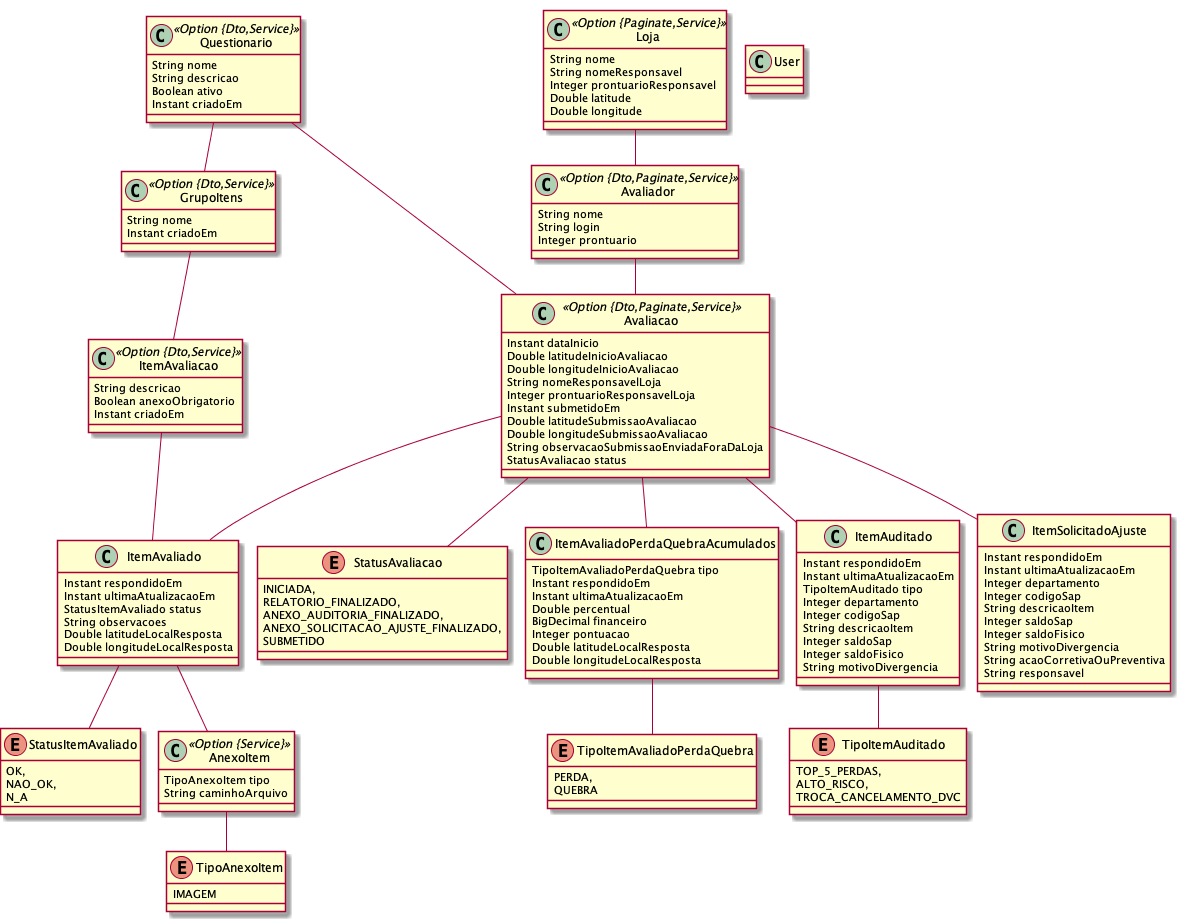
This is model.png from BulkSecurityGeneratorProject/appdevdcp, a PlantUML export, as it was before one commit.
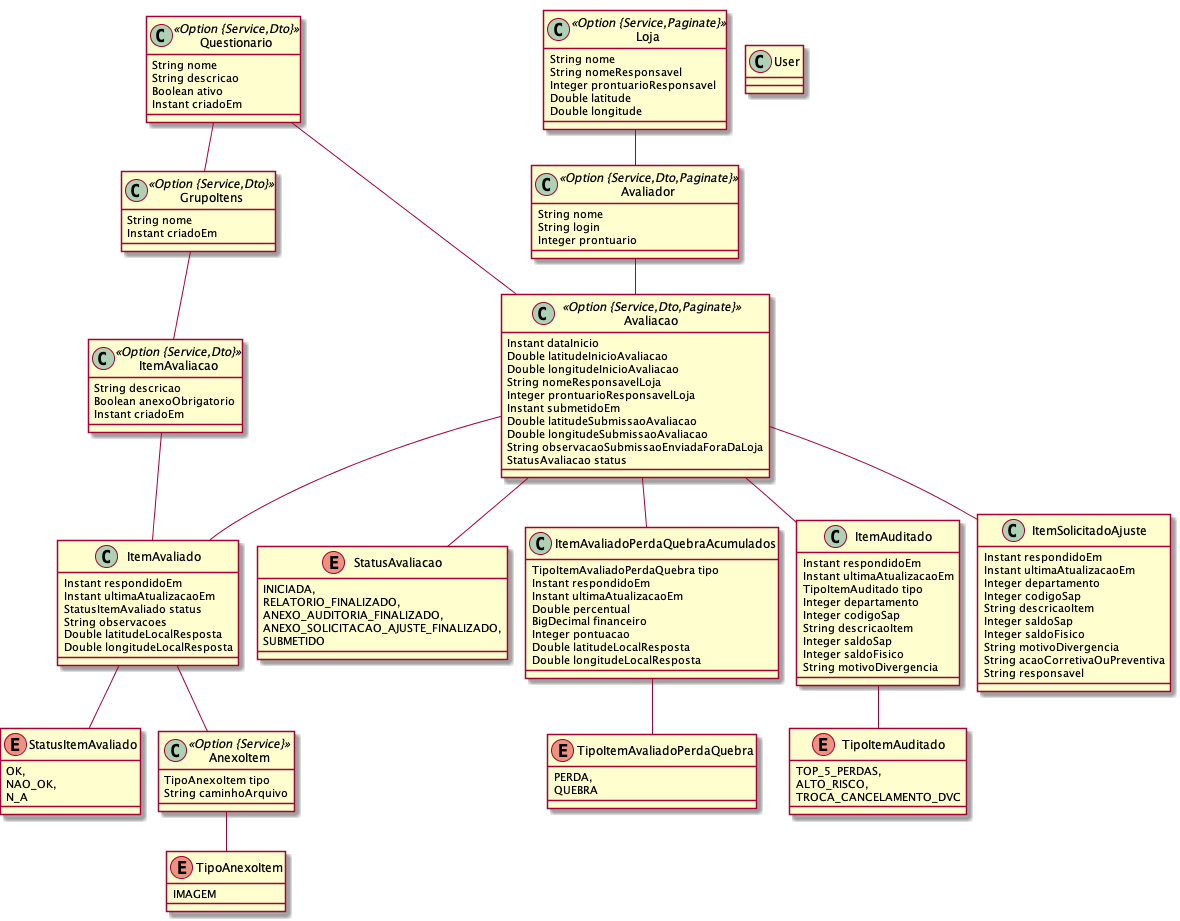
The same file after the commit.

What changed in the source:
```diff
@@ -17,25 +17,25 @@
 		PERDA,
 		QUEBRA
 	}
-	class Questionario <<Option {Dto,Service}>> {
+	class Questionario <<Option {Service,Dto}>> {
 		String nome
 		String descricao
 		Boolean ativo
 		Instant criadoEm
 	}
-	class Avaliador <<Option {Dto,Paginate,Service}>> {
+	class Avaliador <<Option {Service,Dto,Paginate}>> {
 		String nome
 		String login
 		Integer prontuario
 	}
-	class Loja <<Option {Paginate,Service}>> {
+	class Loja <<Option {Service,Paginate}>> {
 		String nome
 		String nomeResponsavel
 		Integer prontuarioResponsavel
 		Double latitude
 		Double longitude
 	}
-	class Avaliacao <<Option {Dto,Paginate,Service}>> {
+	class Avaliacao <<Option {Service,Dto,Paginate}>> {
 		Instant dataInicio
 		Double latitudeInicioAvaliacao
 		Double longitudeInicioAvaliacao
@@ -48,7 +48,7 @@
 		StatusAvaliacao status
 	}
 	Avaliacao ..> StatusAvaliacao
-	class ItemAvaliacao <<Option {Dto,Service}>> {
+	class ItemAvaliacao <<Option {Service,Dto}>> {
 		String descricao
 		Boolean anexoObrigatorio
 		Instant criadoEm
@@ -73,7 +73,7 @@
 		Double longitudeLocalResposta
 	}
 	ItemAvaliadoPerdaQuebraAcumulados ..> TipoItemAvaliadoPerdaQuebra
-	class GrupoItens <<Option {Dto,Service}>> {
+	class GrupoItens <<Option {Service,Dto}>> {
 		String nome
 		Instant criadoEm
 	}
@@ -114,14 +114,14 @@
 		String acaoCorretivaOuPreventiva
 		String responsavel
 	}
-	Questionario  "avaliacoesRealizadas 0..1 " --o "questionario(nome) 0..* "  Avaliacao
-	Avaliacao  "0..1 " --o "0..* "  ItemAvaliado
-	ItemAvaliacao  "0..1 " --o "itemAvaliacao(descricao) 0..* "  ItemAvaliado
-	ItemAvaliado  "anexos 0..1 " --o "0..* "  AnexoItem
-	Avaliador  "0..1 " --o "avaliador(nome) 0..* "  Avaliacao
-	Avaliacao  "itensPerdaEQuebraAcumulados(tipo) 0..1 " --o "0..* "  ItemAvaliadoPerdaQuebraAcumulados
-	Avaliacao  "itensAuditados(descricaoItem) 0..1 " --o "0..* "  ItemAuditado
-	Avaliacao  "itensComAjusteSolicitado(descricaoItem) 0..1 " --o "0..* "  ItemSolicitadoAjuste
+	Questionario  "avaliacoesRealizadas 0..1 " --o "questionario(nome)  1..* "  Avaliacao
+	ItemAvaliacao  "itensAvaliados 0..1 " --o "itemAvaliacao(descricao)  1..* "  ItemAvaliado
+	ItemAvaliado  "anexos 0..1 " --o "itemAvaliado  1..* "  AnexoItem
+	Avaliador  "avaliacoes 0..1 " --o "avaliador(nome)  1..* "  Avaliacao
+	Avaliacao  "itensAvaliados 0..1 " --o "avaliacao  1..* "  ItemAvaliado
+	Avaliacao  "itensPerdaEQuebraAcumulados(tipo) 0..1 " --o "avaliacao  1..* "  ItemAvaliadoPerdaQuebraAcumulados
+	Avaliacao  "itensAuditados(descricaoItem) 0..1 " --o "avaliacao  1..* "  ItemAuditado
+	Avaliacao  "itensComAjusteSolicitado(descricaoItem) 0..1 " --o "avaliacao  1..* "  ItemSolicitadoAjuste
 	GrupoItens  "itens(descricao) 0..* " o--o "grupo(nome) 0..* "  ItemAvaliacao
 	Questionario  "grupo(nome) 0..* " o--o "questionario(nome) 0..* "  GrupoItens
 	Loja  "avaliador(nome) 0..* " o--o "loja(nome) 0..* "  Avaliador
```
